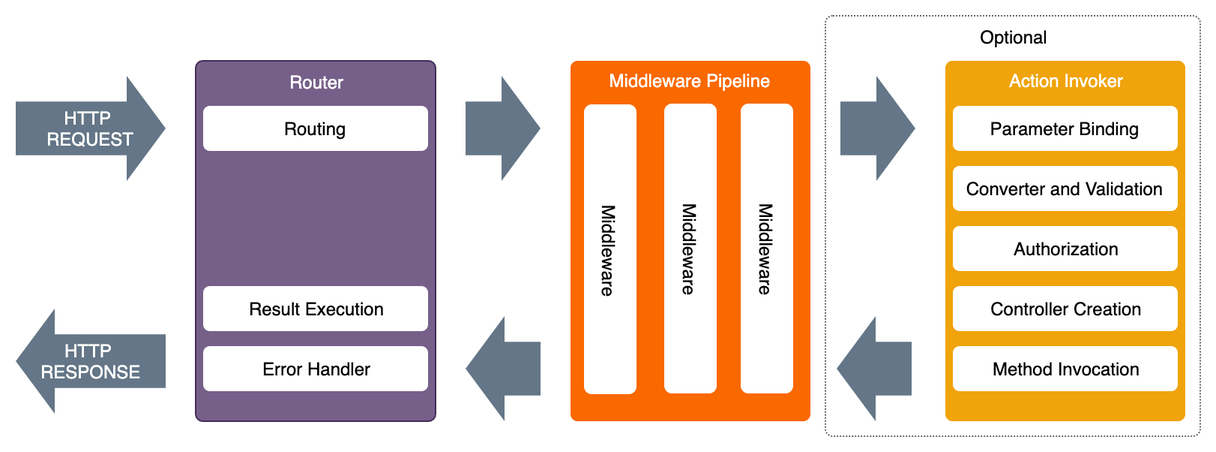
This is docs/assets/application-lifecycle.png from plumier/plumier, a draw.io export, as it was before one commit. Source tidied: cells renumbered, new cells last; positions are measured from the earlier drawing's top-left corner, leaving out a move shared by most shapes.
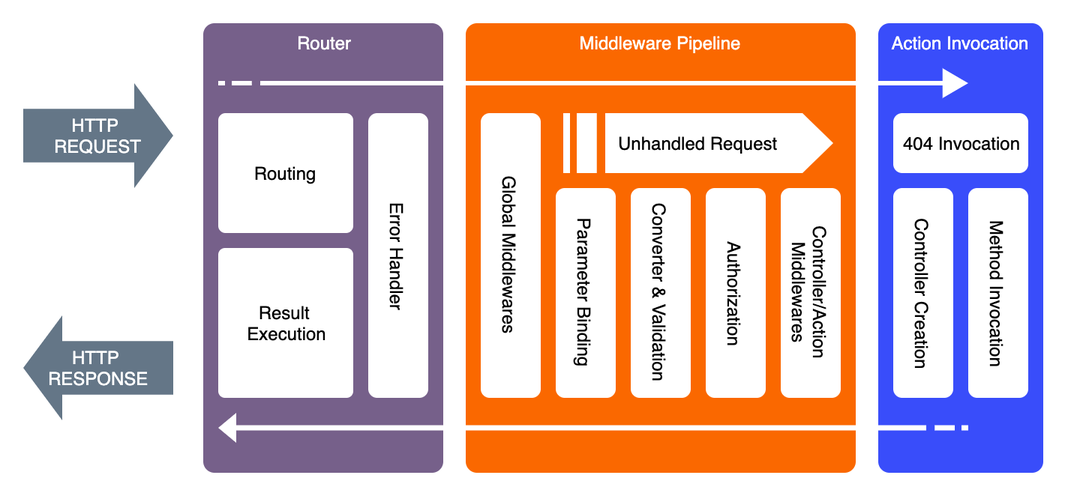
After the commit.

Commit message:
fix: Controller and action specific middleware lifecycle (#285)

Change to the diagram source:
```diff
@@ -2,68 +2,62 @@
   <root>
     <mxCell id="0" />
     <mxCell id="1" parent="0" />
-    <mxCell id="2" value="Optional" style="rounded=1;whiteSpace=wrap;html=1;opacity=60;arcSize=2;verticalAlign=top;dashed=1;dashPattern=1 1;fillColor=none;" parent="1" vertex="1">
-      <mxGeometry x="540" width="250" height="280" as="geometry" />
+    <mxCell id="2" value="Router" style="rounded=1;whiteSpace=wrap;html=1;verticalAlign=top;arcSize=15;fillColor=#76608a;strokeColor=none;fontColor=#ffffff;absoluteArcSize=1;" parent="1" vertex="1">
+      <mxGeometry x="90" width="160" height="300" as="geometry" />
     </mxCell>
-    <mxCell id="3" value="Router" style="rounded=1;whiteSpace=wrap;html=1;verticalAlign=top;arcSize=3;fillColor=#76608a;strokeColor=#432D57;fontColor=#ffffff;" parent="1" vertex="1">
-      <mxGeometry x="120" y="30" width="160" height="240" as="geometry" />
+    <mxCell id="3" value="Middleware Pipeline" style="rounded=1;whiteSpace=wrap;html=1;verticalAlign=top;arcSize=15;fillColor=#fa6800;strokeColor=none;fontColor=#ffffff;rotation=0;absoluteArcSize=1;" parent="1" vertex="1">
+      <mxGeometry x="265" width="260" height="300" as="geometry" />
     </mxCell>
-    <mxCell id="4" value="Middleware Pipeline" style="rounded=1;whiteSpace=wrap;html=1;verticalAlign=top;arcSize=3;fillColor=#fa6800;strokeColor=none;fontColor=#ffffff;" parent="1" vertex="1">
-      <mxGeometry x="370" y="30" width="160" height="240" as="geometry" />
+    <mxCell id="4" value="Routing" style="rounded=1;whiteSpace=wrap;html=1;strokeColor=none;arcSize=6;" parent="1" vertex="1">
+      <mxGeometry x="100" y="60" width="90" height="80" as="geometry" />
     </mxCell>
-    <mxCell id="5" style="html=1;shadow=0;dashed=0;align=center;verticalAlign=middle;shape=mxgraph.arrows2.arrow;dy=0.49;dx=26;notch=0;fillColor=#647687;strokeColor=none;fontColor=#ffffff;" parent="1" vertex="1">
-      <mxGeometry x="300" y="40" width="50" height="70" as="geometry" />
+    <mxCell id="5" value="Result &lt;br&gt;Execution" style="rounded=1;whiteSpace=wrap;html=1;strokeColor=none;arcSize=5;" parent="1" vertex="1">
+      <mxGeometry x="100" y="150" width="90" height="100" as="geometry" />
     </mxCell>
-    <mxCell id="6" style="html=1;shadow=0;dashed=0;align=center;verticalAlign=middle;shape=mxgraph.arrows2.arrow;dy=0.49;dx=26;notch=0;rotation=-180;fillColor=#647687;strokeColor=none;fontColor=#ffffff;" parent="1" vertex="1">
-      <mxGeometry x="300" y="200" width="50" height="70" as="geometry" />
+    <mxCell id="6" value="Error Handler" style="rounded=1;whiteSpace=wrap;html=1;strokeColor=none;rotation=90;" parent="1" vertex="1">
+      <mxGeometry x="125" y="135" width="190" height="40" as="geometry" />
     </mxCell>
-    <mxCell id="7" value="Action Invoker" style="rounded=1;whiteSpace=wrap;html=1;verticalAlign=top;arcSize=3;fillColor=#f0a30a;strokeColor=none;fontColor=#ffffff;" parent="1" vertex="1">
-      <mxGeometry x="620" y="30" width="160" height="240" as="geometry" />
+    <mxCell id="7" value="HTTP&amp;nbsp;&lt;br&gt;REQUEST" style="html=1;shadow=0;dashed=0;align=center;verticalAlign=middle;shape=mxgraph.arrows2.arrow;dy=0.49;dx=26;notch=0;fillColor=#647687;strokeColor=none;fontColor=#ffffff;" parent="1" vertex="1">
+      <mxGeometry x="-30" y="40" width="100" height="70" as="geometry" />
     </mxCell>
-    <mxCell id="8" style="html=1;shadow=0;dashed=0;align=center;verticalAlign=middle;shape=mxgraph.arrows2.arrow;dy=0.49;dx=26;notch=0;fillColor=#647687;strokeColor=none;fontColor=#ffffff;" parent="1" vertex="1">
-      <mxGeometry x="550" y="40" width="50" height="70" as="geometry" />
+    <mxCell id="8" value="HTTP&amp;nbsp;&lt;br&gt;RESPONSE" style="html=1;shadow=0;dashed=0;align=center;verticalAlign=middle;shape=mxgraph.arrows2.arrow;dy=0.49;dx=26;notch=0;flipV=0;flipH=1;fillColor=#647687;strokeColor=none;fontColor=#ffffff;" parent="1" vertex="1">
+      <mxGeometry x="-30" y="195" width="100" height="70" as="geometry" />
     </mxCell>
-    <mxCell id="9" style="html=1;shadow=0;dashed=0;align=center;verticalAlign=middle;shape=mxgraph.arrows2.arrow;dy=0.49;dx=26;notch=0;rotation=-180;fillColor=#647687;strokeColor=none;fontColor=#ffffff;" parent="1" vertex="1">
-      <mxGeometry x="547.5" y="200" width="50" height="70" as="geometry" />
+    <mxCell id="9" value="Parameter Binding" style="rounded=1;whiteSpace=wrap;html=1;strokeColor=none;rotation=90;" parent="1" vertex="1">
+      <mxGeometry x="275" y="160" width="140" height="40" as="geometry" />
     </mxCell>
-    <mxCell id="10" value="Parameter Binding" style="rounded=1;whiteSpace=wrap;html=1;strokeColor=none;" parent="1" vertex="1">
-      <mxGeometry x="625" y="60" width="150" height="30" as="geometry" />
+    <mxCell id="10" value="Converter &amp;amp; Validation" style="rounded=1;whiteSpace=wrap;html=1;strokeColor=none;rotation=90;" parent="1" vertex="1">
+      <mxGeometry x="325" y="160" width="140" height="40" as="geometry" />
     </mxCell>
-    <mxCell id="11" value="Converter and Validation" style="rounded=1;whiteSpace=wrap;html=1;strokeColor=none;" parent="1" vertex="1">
-      <mxGeometry x="625" y="100" width="150" height="30" as="geometry" />
+    <mxCell id="11" value="Authorization" style="rounded=1;whiteSpace=wrap;html=1;strokeColor=none;rotation=90;" parent="1" vertex="1">
+      <mxGeometry x="375" y="160" width="140" height="40" as="geometry" />
     </mxCell>
-    <mxCell id="12" value="Authorization" style="rounded=1;whiteSpace=wrap;html=1;strokeColor=none;" parent="1" vertex="1">
-      <mxGeometry x="625" y="140" width="150" height="30" as="geometry" />
+    <mxCell id="12" value="Controller/Action Middlewares" style="rounded=1;whiteSpace=wrap;html=1;strokeColor=none;rotation=90;" parent="1" vertex="1">
+      <mxGeometry x="425" y="160" width="140" height="40" as="geometry" />
     </mxCell>
-    <mxCell id="13" value="Controller Creation" style="rounded=1;whiteSpace=wrap;html=1;strokeColor=none;" parent="1" vertex="1">
-      <mxGeometry x="625" y="180" width="150" height="30" as="geometry" />
+    <mxCell id="13" value="Global Middlewares" style="rounded=1;whiteSpace=wrap;html=1;strokeColor=none;rotation=90;" parent="1" vertex="1">
+      <mxGeometry x="200" y="135" width="190" height="40" as="geometry" />
     </mxCell>
-    <mxCell id="14" value="Method Invocation" style="rounded=1;whiteSpace=wrap;html=1;strokeColor=none;" parent="1" vertex="1">
-      <mxGeometry x="625" y="220" width="150" height="30" as="geometry" />
+    <mxCell id="14" value="Action Invocation" style="rounded=1;whiteSpace=wrap;html=1;verticalAlign=top;arcSize=15;fillColor=#394DFA;strokeColor=none;fontColor=#ffffff;rotation=0;absoluteArcSize=1;" parent="1" vertex="1">
+      <mxGeometry x="540" width="110" height="300" as="geometry" />
     </mxCell>
-    <mxCell id="15" value="Middleware" style="rounded=1;whiteSpace=wrap;html=1;rotation=90;strokeColor=none;" parent="1" vertex="1">
-      <mxGeometry x="300" y="138" width="193" height="35" as="geometry" />
+    <mxCell id="15" value="Controller Creation" style="rounded=1;whiteSpace=wrap;html=1;strokeColor=none;rotation=90;" parent="1" vertex="1">
+      <mxGeometry x="500" y="160" width="140" height="40" as="geometry" />
     </mxCell>
-    <mxCell id="16" value="Routing" style="rounded=1;whiteSpace=wrap;html=1;strokeColor=none;" parent="1" vertex="1">
-      <mxGeometry x="125" y="60" width="150" height="30" as="geometry" />
+    <mxCell id="16" value="Method Invocation" style="rounded=1;whiteSpace=wrap;html=1;strokeColor=none;rotation=90;" parent="1" vertex="1">
+      <mxGeometry x="550" y="160" width="140" height="40" as="geometry" />
     </mxCell>
-    <mxCell id="17" value="Result Execution" style="rounded=1;whiteSpace=wrap;html=1;strokeColor=none;" parent="1" vertex="1">
-      <mxGeometry x="125" y="180" width="150" height="30" as="geometry" />
+    <mxCell id="17" value="404 Invocation" style="rounded=1;whiteSpace=wrap;html=1;strokeColor=none;rotation=0;" parent="1" vertex="1">
+      <mxGeometry x="550" y="60" width="90" height="40" as="geometry" />
     </mxCell>
-    <mxCell id="18" value="Error Handler" style="rounded=1;whiteSpace=wrap;html=1;strokeColor=none;" parent="1" vertex="1">
-      <mxGeometry x="125" y="220" width="150" height="30" as="geometry" />
+    <mxCell id="18" value="Unhandled Request" style="html=1;shadow=0;dashed=0;align=center;verticalAlign=middle;shape=mxgraph.arrows2.stripedArrow;dy=0;dx=20.5;notch=28;strokeColor=none;" parent="1" vertex="1">
+      <mxGeometry x="330" y="60" width="180" height="40" as="geometry" />
     </mxCell>
-    <mxCell id="19" value="HTTP&amp;nbsp;&lt;br&gt;REQUEST" style="html=1;shadow=0;dashed=0;align=center;verticalAlign=middle;shape=mxgraph.arrows2.arrow;dy=0.49;dx=26;notch=0;fillColor=#647687;strokeColor=none;fontColor=#ffffff;" parent="1" vertex="1">
-      <mxGeometry y="40" width="100" height="70" as="geometry" />
+    <mxCell id="19" style="html=1;shadow=0;dashed=0;align=center;verticalAlign=middle;shape=mxgraph.arrows2.stripedArrow;dy=0.85;dx=17.17;notch=28;strokeColor=none;" parent="1" vertex="1">
+      <mxGeometry x="100" y="30" width="500" height="20" as="geometry" />
     </mxCell>
-    <mxCell id="20" value="Middleware" style="rounded=1;whiteSpace=wrap;html=1;rotation=90;strokeColor=none;" parent="1" vertex="1">
-      <mxGeometry x="353.5" y="137.5" width="193" height="35" as="geometry" />
+    <mxCell id="20" style="html=1;shadow=0;dashed=0;align=center;verticalAlign=middle;shape=mxgraph.arrows2.stripedArrow;dy=0.82;dx=12;notch=28;strokeColor=none;rotation=-180;" parent="1" vertex="1">
+      <mxGeometry x="100" y="260" width="500" height="20" as="geometry" />
     </mxCell>
-    <mxCell id="21" value="Middleware" style="rounded=1;whiteSpace=wrap;html=1;rotation=90;strokeColor=none;" parent="1" vertex="1">
-      <mxGeometry x="404.5" y="137.5" width="193" height="35" as="geometry" />
-    </mxCell>
-    <mxCell id="22" value="HTTP&amp;nbsp;&lt;br&gt;RESPONSE" style="html=1;shadow=0;dashed=0;align=center;verticalAlign=middle;shape=mxgraph.arrows2.arrow;dy=0.49;dx=26;notch=0;flipV=0;flipH=1;fillColor=#647687;strokeColor=none;fontColor=#ffffff;" parent="1" vertex="1">
-      <mxGeometry y="195" width="100" height="70" as="geometry" />
-    </mxCell>
   </root>
 </mxGraphModel>
```
